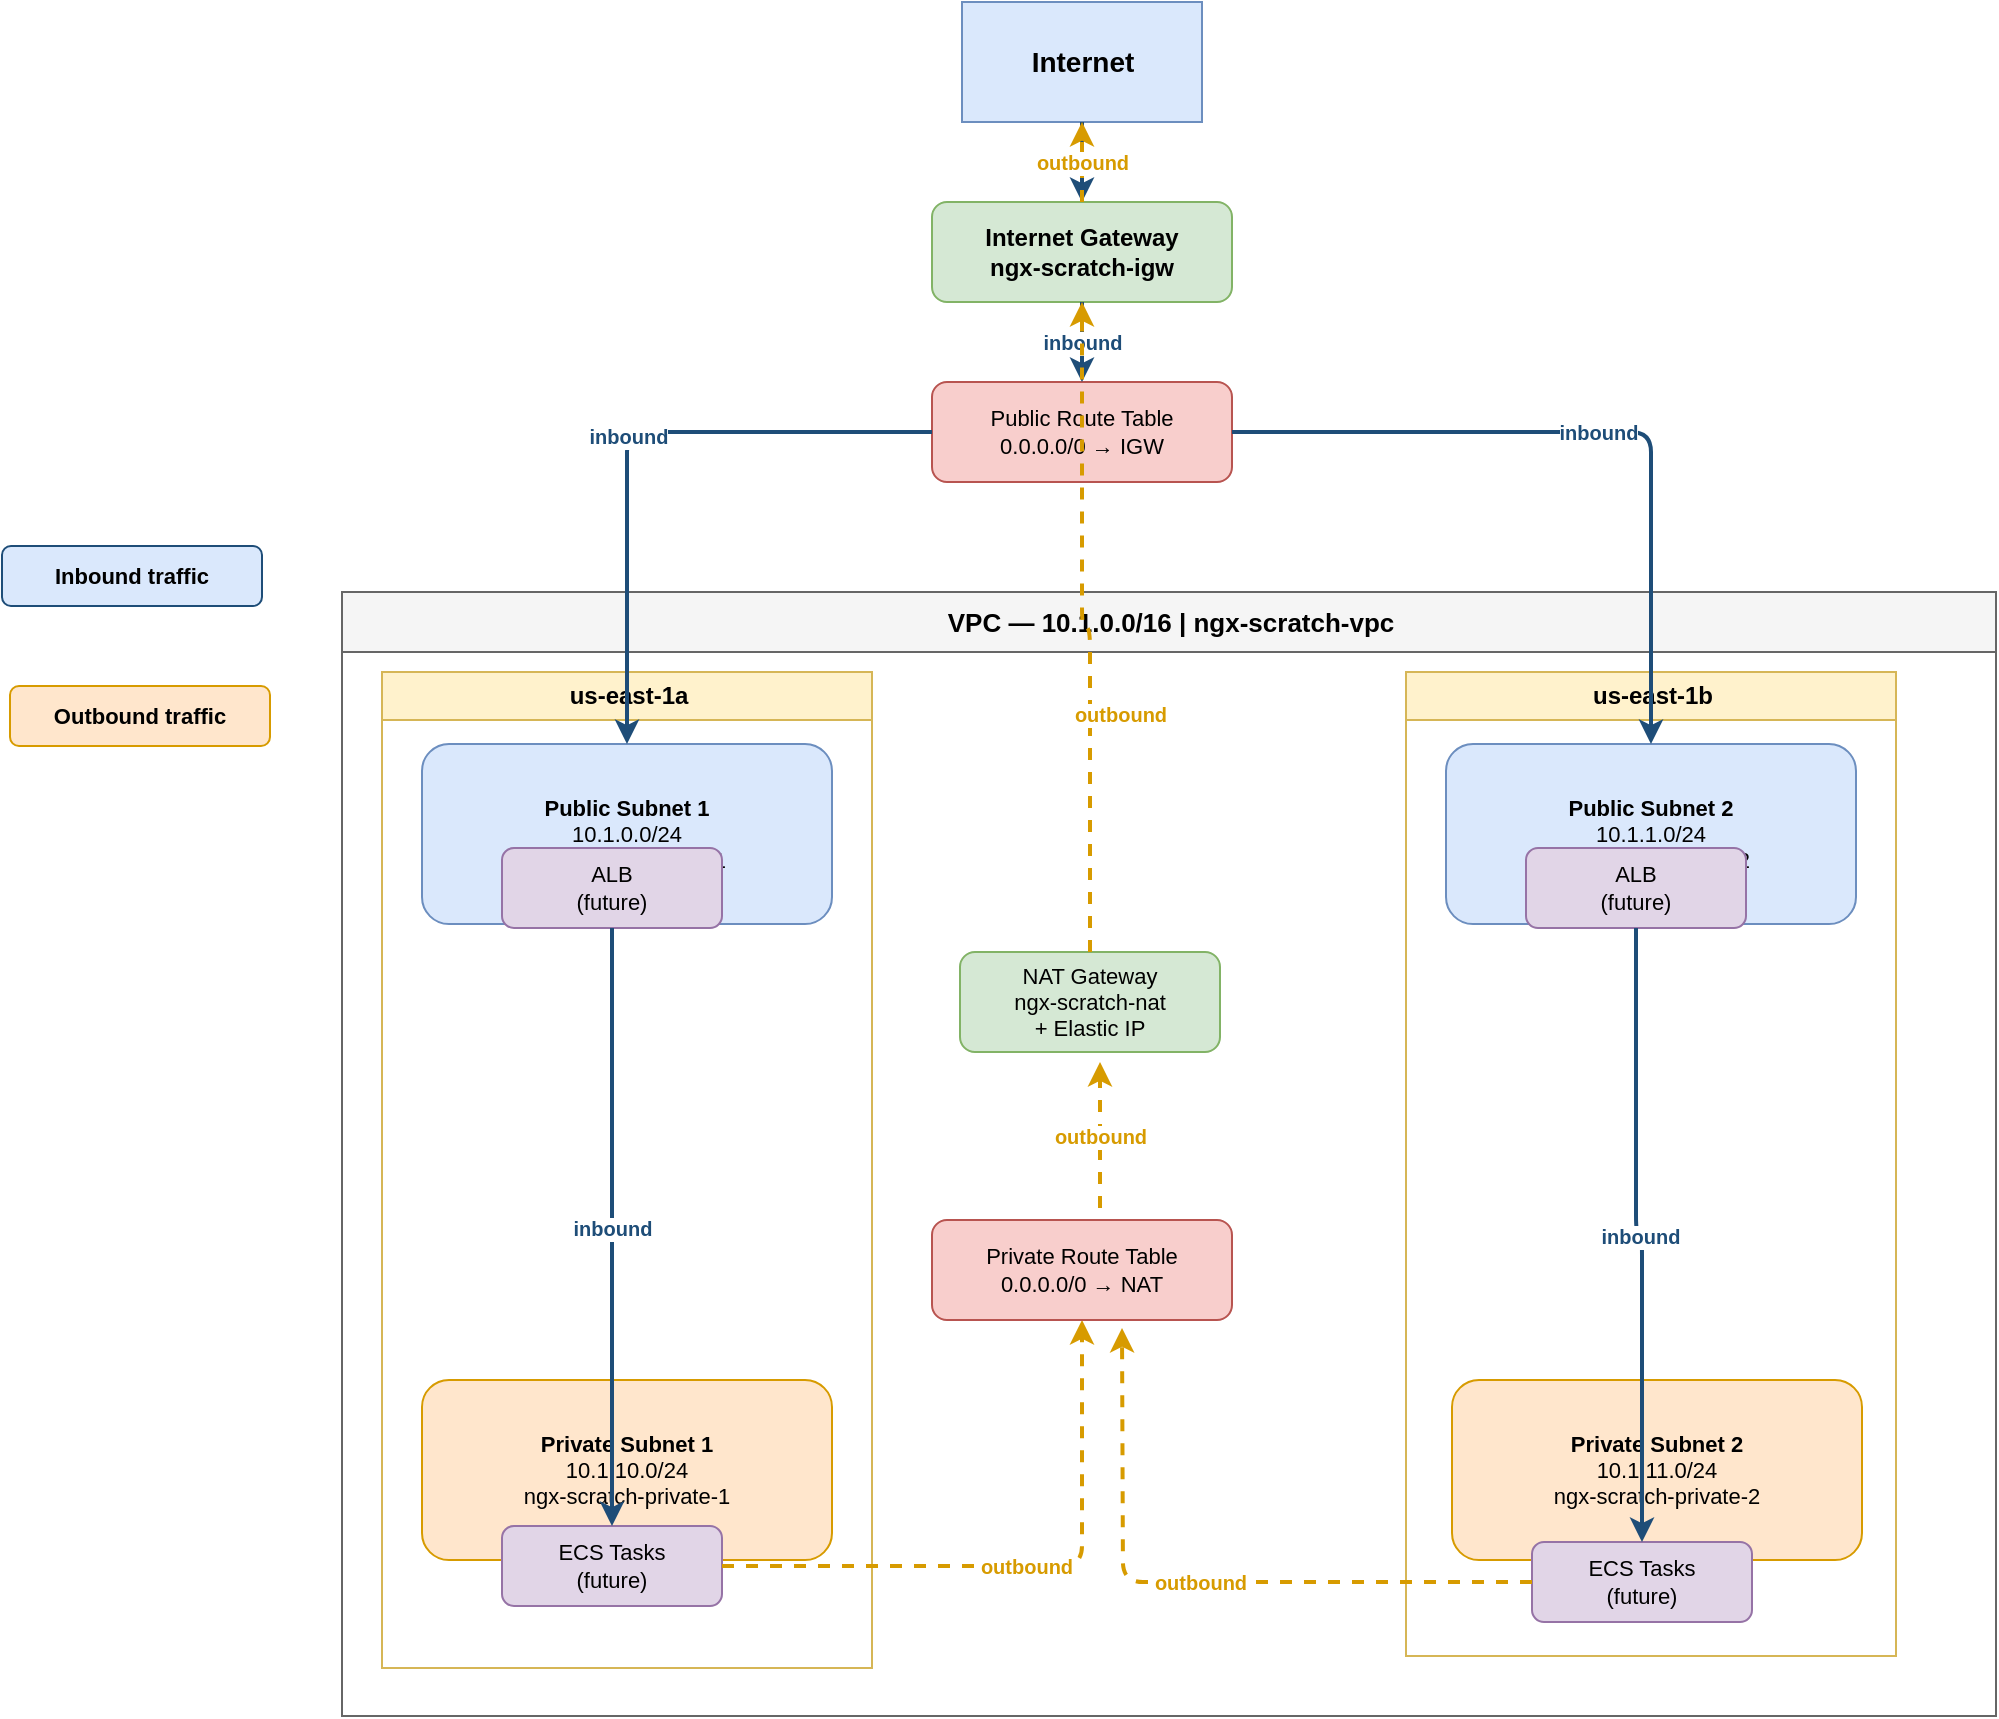
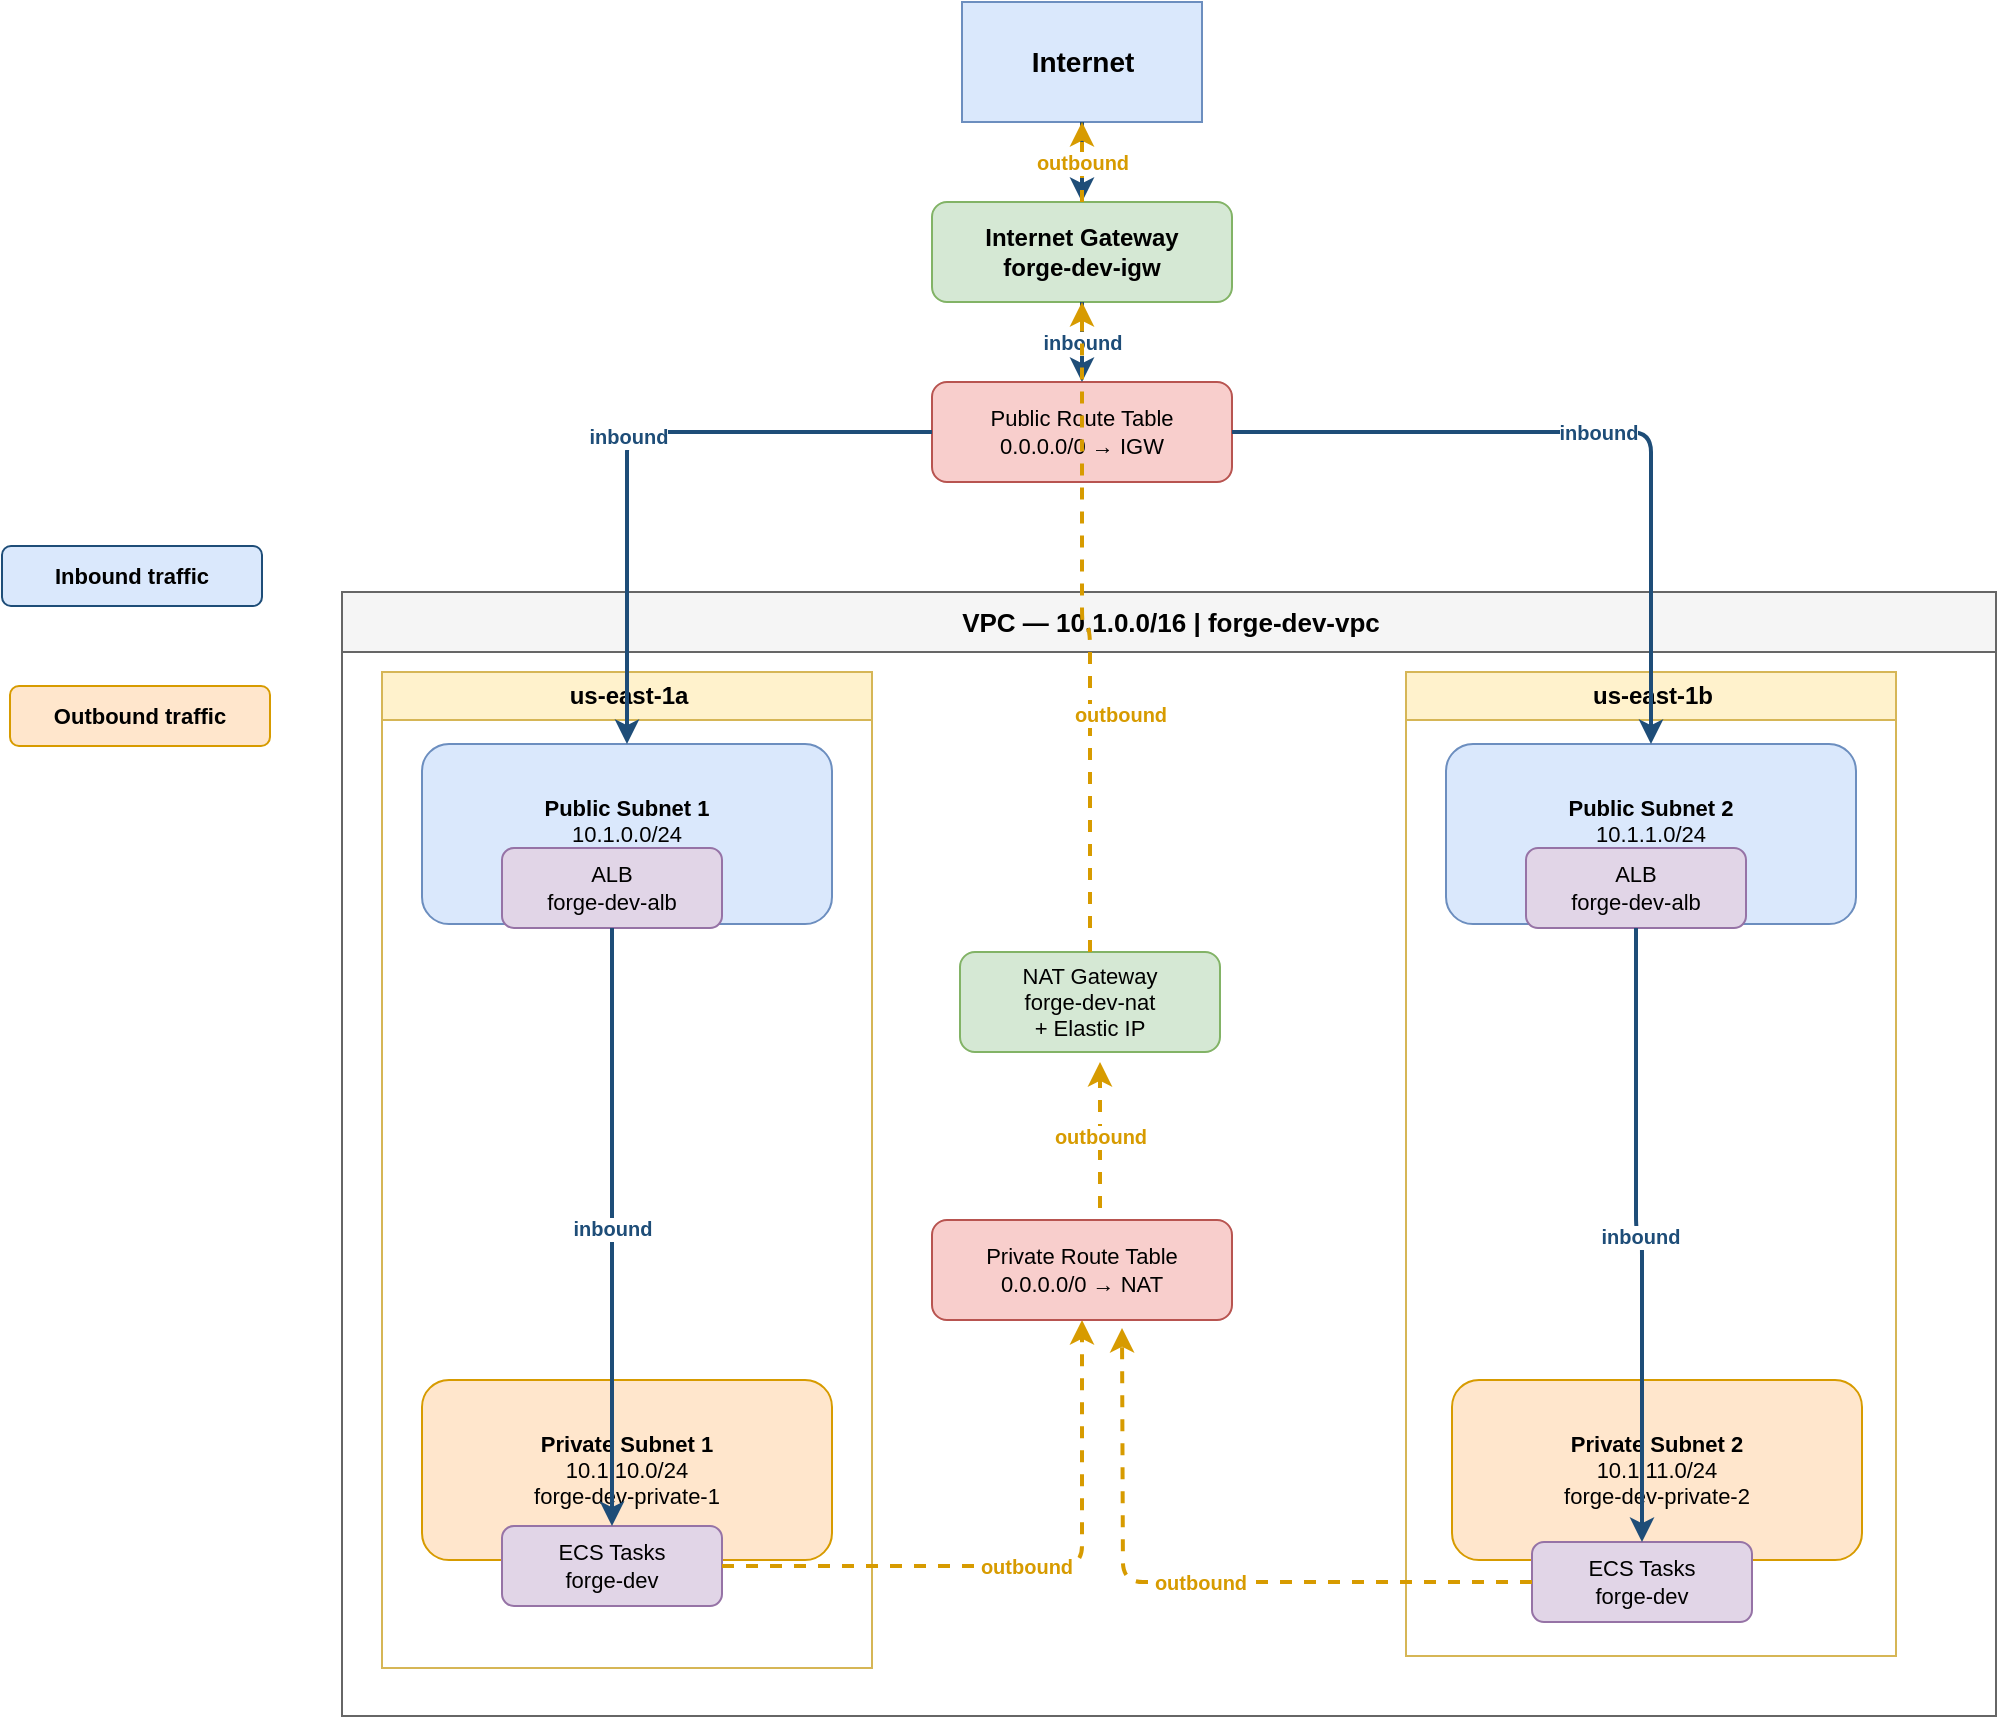
<mxfile host="app.diagrams.net">
  <diagram name="Page-1" id="BaRl9mkS3HxywcaVVkHm">
    <mxGraphModel grid="0" page="0" gridSize="10" guides="1" tooltips="1" connect="1" arrows="1" fold="1" pageScale="1" pageWidth="850" pageHeight="1100" math="0" shadow="0">
      <root>
        <mxCell id="0" />
        <mxCell id="1" parent="0" />
        <mxCell id="internet" parent="1" style="shape=mxgraph.network.cloud;fillColor=#dae8fc;strokeColor=#6c8ebf;fontStyle=1;fontSize=14;html=1;" value="Internet" vertex="1">
          <mxGeometry height="60" width="120" x="270" y="20" as="geometry" />
        </mxCell>
-         <mxCell id="igw" parent="1" style="rounded=1;whiteSpace=wrap;html=1;fillColor=#d5e8d4;strokeColor=#82b366;fontStyle=1;" value="Internet Gateway&#xa;ngx-scratch-igw" vertex="1">
+         <mxCell id="igw" parent="1" style="rounded=1;whiteSpace=wrap;html=1;fillColor=#d5e8d4;strokeColor=#82b366;fontStyle=1;" value="Internet Gateway&#xa;forge-dev-igw" vertex="1">
          <mxGeometry height="50" width="150" x="255" y="120" as="geometry" />
        </mxCell>
        <mxCell id="prt" parent="1" style="rounded=1;whiteSpace=wrap;html=1;fillColor=#f8cecc;strokeColor=#b85450;fontSize=11;" value="Public Route Table&#xa;0.0.0.0/0 → IGW" vertex="1">
          <mxGeometry height="50" width="150" x="255" y="210" as="geometry" />
        </mxCell>
-         <mxCell id="vpc" parent="1" style="swimlane;startSize=30;fillColor=#f5f5f5;strokeColor=#666666;fontStyle=1;fontSize=13;html=1;" value="VPC — 10.1.0.0/16  |  ngx-scratch-vpc" vertex="1">
+         <mxCell id="vpc" parent="1" style="swimlane;startSize=30;fillColor=#f5f5f5;strokeColor=#666666;fontStyle=1;fontSize=13;html=1;" value="VPC — 10.1.0.0/16  |  forge-dev-vpc" vertex="1">
          <mxGeometry height="562" width="827" x="-40" y="315" as="geometry" />
        </mxCell>
        <mxCell id="az1" parent="vpc" style="swimlane;startSize=24;fillColor=#fff2cc;strokeColor=#d6b656;fontStyle=1;fontSize=12;html=1;" value="us-east-1a" vertex="1">
          <mxGeometry height="498" width="245" x="20" y="40" as="geometry" />
        </mxCell>
-         <mxCell id="pub1" parent="az1" style="rounded=1;whiteSpace=wrap;html=1;fillColor=#dae8fc;strokeColor=#6c8ebf;fontSize=11;" value="&lt;b&gt;Public Subnet 1&lt;/b&gt;&#xa;10.1.0.0/24&#xa;ngx-scratch-public-1" vertex="1">
+         <mxCell id="pub1" parent="az1" style="rounded=1;whiteSpace=wrap;html=1;fillColor=#dae8fc;strokeColor=#6c8ebf;fontSize=11;" value="&lt;b&gt;Public Subnet 1&lt;/b&gt;&#xa;10.1.0.0/24&#xa;forge-dev-public-1" vertex="1">
          <mxGeometry height="90" width="205" x="20" y="36" as="geometry" />
        </mxCell>
-         <mxCell id="alb" parent="az1" style="rounded=1;whiteSpace=wrap;html=1;fillColor=#e1d5e7;strokeColor=#9673a6;fontSize=11;" value="ALB&#xa;(future)" vertex="1">
+         <mxCell id="alb" parent="az1" style="rounded=1;whiteSpace=wrap;html=1;fillColor=#e1d5e7;strokeColor=#9673a6;fontSize=11;" value="ALB&#xa;forge-dev-alb" vertex="1">
          <mxGeometry height="40" width="110" x="60" y="88" as="geometry" />
        </mxCell>
-         <mxCell id="priv1" parent="az1" style="rounded=1;whiteSpace=wrap;html=1;fillColor=#ffe6cc;strokeColor=#d79b00;fontSize=11;" value="&lt;b&gt;Private Subnet 1&lt;/b&gt;&#xa;10.1.10.0/24&#xa;ngx-scratch-private-1" vertex="1">
+         <mxCell id="priv1" parent="az1" style="rounded=1;whiteSpace=wrap;html=1;fillColor=#ffe6cc;strokeColor=#d79b00;fontSize=11;" value="&lt;b&gt;Private Subnet 1&lt;/b&gt;&#xa;10.1.10.0/24&#xa;forge-dev-private-1" vertex="1">
          <mxGeometry height="90" width="205" x="20" y="354" as="geometry" />
        </mxCell>
-         <mxCell id="ecs1" parent="az1" style="rounded=1;whiteSpace=wrap;html=1;fillColor=#e1d5e7;strokeColor=#9673a6;fontSize=11;" value="ECS Tasks&#xa;(future)" vertex="1">
+         <mxCell id="ecs1" parent="az1" style="rounded=1;whiteSpace=wrap;html=1;fillColor=#e1d5e7;strokeColor=#9673a6;fontSize=11;" value="ECS Tasks&#xa;forge-dev" vertex="1">
          <mxGeometry height="40" width="110" x="60" y="427" as="geometry" />
        </mxCell>
        <mxCell id="e-alb-ecs1" edge="1" parent="az1" source="alb" style="edgeStyle=orthogonalEdgeStyle;html=1;strokeColor=#1e4d78;strokeWidth=2;fontColor=#1e4d78;fontStyle=1;fontSize=10;" target="ecs1" value="inbound">
          <mxGeometry relative="1" as="geometry" />
        </mxCell>
        <mxCell id="az2" parent="vpc" style="swimlane;startSize=24;fillColor=#fff2cc;strokeColor=#d6b656;fontStyle=1;fontSize=12;html=1;" value="us-east-1b" vertex="1">
          <mxGeometry height="492" width="245" x="532" y="40" as="geometry" />
        </mxCell>
-         <mxCell id="pub2" parent="az2" style="rounded=1;whiteSpace=wrap;html=1;fillColor=#dae8fc;strokeColor=#6c8ebf;fontSize=11;" value="&lt;b&gt;Public Subnet 2&lt;/b&gt;&#xa;10.1.1.0/24&#xa;ngx-scratch-public-2" vertex="1">
+         <mxCell id="pub2" parent="az2" style="rounded=1;whiteSpace=wrap;html=1;fillColor=#dae8fc;strokeColor=#6c8ebf;fontSize=11;" value="&lt;b&gt;Public Subnet 2&lt;/b&gt;&#xa;10.1.1.0/24&#xa;forge-dev-public-2" vertex="1">
          <mxGeometry height="90" width="205" x="20" y="36" as="geometry" />
        </mxCell>
-         <mxCell id="alb2" parent="az2" style="rounded=1;whiteSpace=wrap;html=1;fillColor=#e1d5e7;strokeColor=#9673a6;fontSize=11;" value="ALB&#xa;(future)" vertex="1">
+         <mxCell id="alb2" parent="az2" style="rounded=1;whiteSpace=wrap;html=1;fillColor=#e1d5e7;strokeColor=#9673a6;fontSize=11;" value="ALB&#xa;forge-dev-alb" vertex="1">
          <mxGeometry height="40" width="110" x="60" y="88" as="geometry" />
        </mxCell>
-         <mxCell id="priv2" parent="az2" style="rounded=1;whiteSpace=wrap;html=1;fillColor=#ffe6cc;strokeColor=#d79b00;fontSize=11;" value="&lt;b&gt;Private Subnet 2&lt;/b&gt;&#xa;10.1.11.0/24&#xa;ngx-scratch-private-2" vertex="1">
+         <mxCell id="priv2" parent="az2" style="rounded=1;whiteSpace=wrap;html=1;fillColor=#ffe6cc;strokeColor=#d79b00;fontSize=11;" value="&lt;b&gt;Private Subnet 2&lt;/b&gt;&#xa;10.1.11.0/24&#xa;forge-dev-private-2" vertex="1">
          <mxGeometry height="90" width="205" x="23" y="354" as="geometry" />
        </mxCell>
-         <mxCell id="ecs2" parent="az2" style="rounded=1;whiteSpace=wrap;html=1;fillColor=#e1d5e7;strokeColor=#9673a6;fontSize=11;" value="ECS Tasks&#xa;(future)" vertex="1">
+         <mxCell id="ecs2" parent="az2" style="rounded=1;whiteSpace=wrap;html=1;fillColor=#e1d5e7;strokeColor=#9673a6;fontSize=11;" value="ECS Tasks&#xa;forge-dev" vertex="1">
          <mxGeometry height="40" width="110" x="63" y="435" as="geometry" />
        </mxCell>
        <mxCell id="e-alb-ecs2" edge="1" parent="az2" source="alb2" style="edgeStyle=orthogonalEdgeStyle;html=1;strokeColor=#1e4d78;strokeWidth=2;fontColor=#1e4d78;fontStyle=1;fontSize=10;" target="ecs2" value="inbound">
          <mxGeometry relative="1" as="geometry" />
        </mxCell>
        <mxCell id="e5" edge="1" parent="vpc" source="ecs1" style="edgeStyle=orthogonalEdgeStyle;html=1;strokeColor=#d79b00;strokeWidth=2;fontColor=#d79b00;fontStyle=1;fontSize=10;dashed=1;" target="privrt" value="outbound">
          <mxGeometry relative="1" as="geometry" />
        </mxCell>
        <mxCell id="e6" edge="1" parent="vpc" style="edgeStyle=orthogonalEdgeStyle;html=1;strokeColor=#d79b00;strokeWidth=2;fontColor=#d79b00;fontStyle=1;fontSize=10;dashed=1;" value="outbound">
          <mxGeometry relative="1" as="geometry">
            <mxPoint x="378.9999999999998" y="308" as="sourcePoint" />
            <mxPoint x="378.9999999999998" y="235" as="targetPoint" />
          </mxGeometry>
        </mxCell>
        <mxCell id="privrt" parent="vpc" style="rounded=1;whiteSpace=wrap;html=1;fillColor=#f8cecc;strokeColor=#b85450;fontSize=11;" value="Private Route Table&#xa;0.0.0.0/0 → NAT" vertex="1">
          <mxGeometry height="50" width="150" x="295" y="314" as="geometry" />
        </mxCell>
        <mxCell id="e5b" edge="1" parent="vpc" source="ecs2" style="edgeStyle=orthogonalEdgeStyle;html=1;strokeColor=#d79b00;strokeWidth=2;fontColor=#d79b00;fontStyle=1;fontSize=10;dashed=1;exitX=0;exitY=0.5;exitDx=0;exitDy=0;" value="outbound">
          <mxGeometry relative="1" as="geometry">
            <mxPoint x="475" y="494.9999999999998" as="sourcePoint" />
            <mxPoint x="389.9999999999998" y="368" as="targetPoint" />
          </mxGeometry>
        </mxCell>
-         <mxCell id="nat" parent="vpc" style="rounded=1;whiteSpace=wrap;html=1;fillColor=#d5e8d4;strokeColor=#82b366;fontSize=11;" value="NAT Gateway&#xa;ngx-scratch-nat&#xa;+ Elastic IP" vertex="1">
+         <mxCell id="nat" parent="vpc" style="rounded=1;whiteSpace=wrap;html=1;fillColor=#d5e8d4;strokeColor=#82b366;fontSize=11;" value="NAT Gateway&#xa;forge-dev-nat&#xa;+ Elastic IP" vertex="1">
          <mxGeometry height="50" width="130" x="309" y="180" as="geometry" />
        </mxCell>
        <mxCell id="legend-in" parent="1" style="rounded=1;whiteSpace=wrap;html=1;fillColor=#dae8fc;strokeColor=#1e4d78;fontStyle=1;fontSize=11;" value="Inbound traffic" vertex="1">
          <mxGeometry height="30" width="130" x="-210" y="292" as="geometry" />
        </mxCell>
        <mxCell id="legend-out" parent="1" style="rounded=1;whiteSpace=wrap;html=1;fillColor=#ffe6cc;strokeColor=#d79b00;fontStyle=1;fontSize=11;" value="Outbound traffic" vertex="1">
          <mxGeometry height="30" width="130" x="-206" y="362" as="geometry" />
        </mxCell>
        <mxCell id="e1" edge="1" parent="1" source="internet" style="edgeStyle=orthogonalEdgeStyle;html=1;strokeColor=#1e4d78;strokeWidth=2;fontColor=#1e4d78;fontStyle=1;fontSize=10;" target="igw" value="inbound">
          <mxGeometry relative="1" as="geometry" />
        </mxCell>
        <mxCell id="e2" edge="1" parent="1" source="igw" style="edgeStyle=orthogonalEdgeStyle;html=1;strokeColor=#1e4d78;strokeWidth=2;fontColor=#1e4d78;fontStyle=1;fontSize=10;" target="prt" value="inbound">
          <mxGeometry relative="1" as="geometry" />
        </mxCell>
        <mxCell id="e3" edge="1" parent="1" source="prt" style="edgeStyle=orthogonalEdgeStyle;html=1;strokeColor=#1e4d78;strokeWidth=2;fontColor=#1e4d78;fontStyle=1;fontSize=10;" target="pub1" value="inbound">
          <mxGeometry relative="1" as="geometry" />
        </mxCell>
        <mxCell id="e4" edge="1" parent="1" source="prt" style="edgeStyle=orthogonalEdgeStyle;html=1;strokeColor=#1e4d78;strokeWidth=2;fontColor=#1e4d78;fontStyle=1;fontSize=10;" target="pub2" value="inbound">
          <mxGeometry relative="1" as="geometry" />
        </mxCell>
        <mxCell id="e7" edge="1" parent="1" source="nat" style="edgeStyle=orthogonalEdgeStyle;html=1;strokeColor=#d79b00;strokeWidth=2;fontColor=#d79b00;fontStyle=1;fontSize=10;dashed=1;" target="igw" value="outbound">
          <mxGeometry relative="1" x="-0.2766" y="-15" as="geometry">
            <mxPoint as="offset" />
          </mxGeometry>
        </mxCell>
        <mxCell id="e8" edge="1" parent="1" source="igw" style="edgeStyle=orthogonalEdgeStyle;html=1;strokeColor=#d79b00;strokeWidth=2;fontColor=#d79b00;fontStyle=1;fontSize=10;dashed=1;" target="internet" value="outbound">
          <mxGeometry relative="1" as="geometry" />
        </mxCell>
      </root>
    </mxGraphModel>
  </diagram>
</mxfile>
